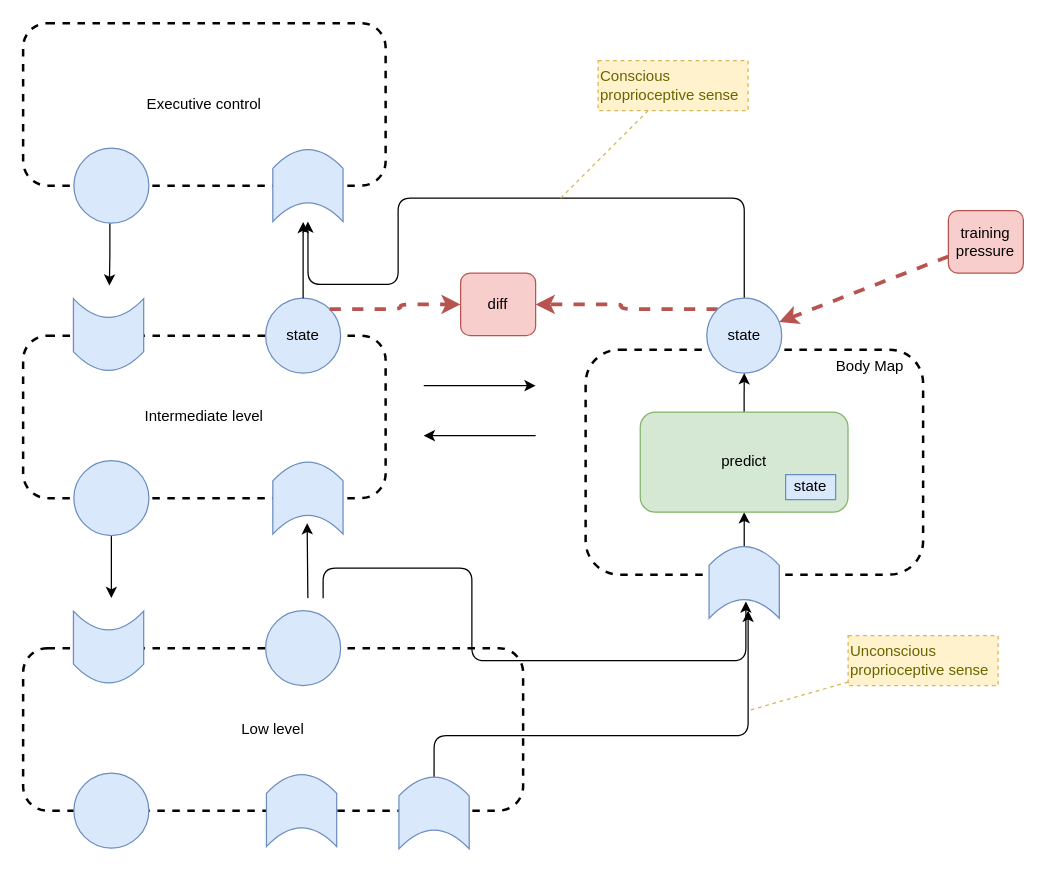
This is page "proprioception" (7 of 17) of files/An-agi-architecture-v1.drawio from malcolmlett/malcolmlett.github.io, a draw.io file, before an edit. Source tidied: cells renumbered, new cells numbered last; positions are measured from the earlier drawing's top-left corner, leaving out a move shared by most shapes. Both pictures are drawn from the tidied source at 125%, with x=0, y=0 at pixel (22, 22).
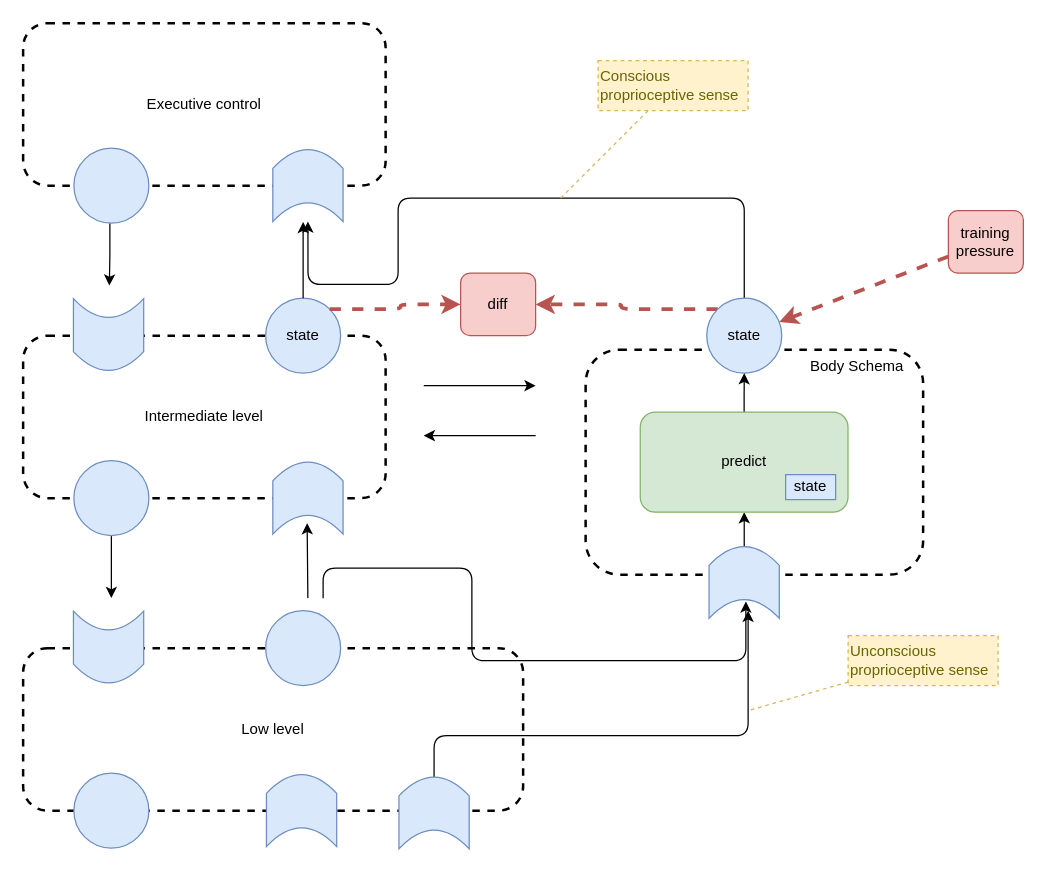
The same diagram, later.

What changed in the source:
```diff
@@
-    <mxCell id="19" value="Body Map&amp;nbsp; &amp;nbsp;&amp;nbsp;" style="rounded=1;whiteSpace=wrap;html=1;fillColor=none;dashed=1;strokeWidth=2;verticalAlign=top;align=right;" parent="1" vertex="1">
+    <mxCell id="19" value="Body Schema&amp;nbsp; &amp;nbsp;&amp;nbsp;" style="rounded=1;whiteSpace=wrap;html=1;fillColor=none;dashed=1;strokeWidth=2;verticalAlign=top;align=right;" parent="1" vertex="1">
       <mxGeometry x="450" y="261.2" width="270" height="180" as="geometry" />
     </mxCell>
```
